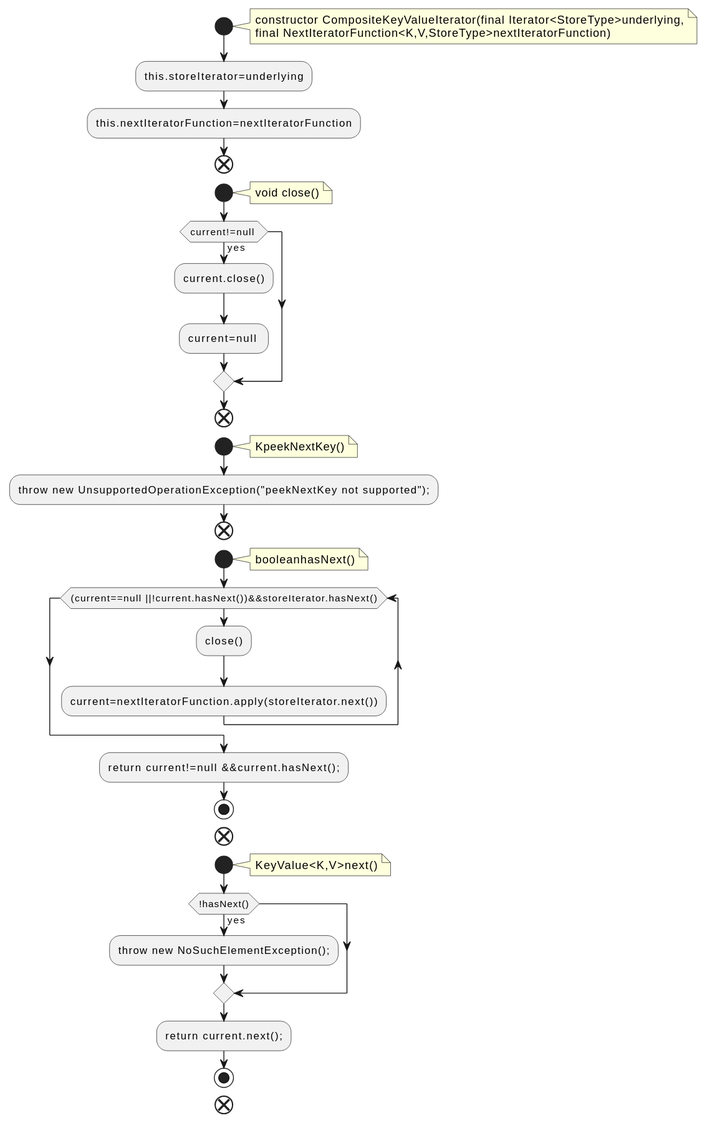
Earlier version of the PlantUML export docs/qc/streams/src/main/java/org/apache/kafka/streams/state/internals/CompositeKeyValueIterator.java.fct.svg (qualitesys/kafka).
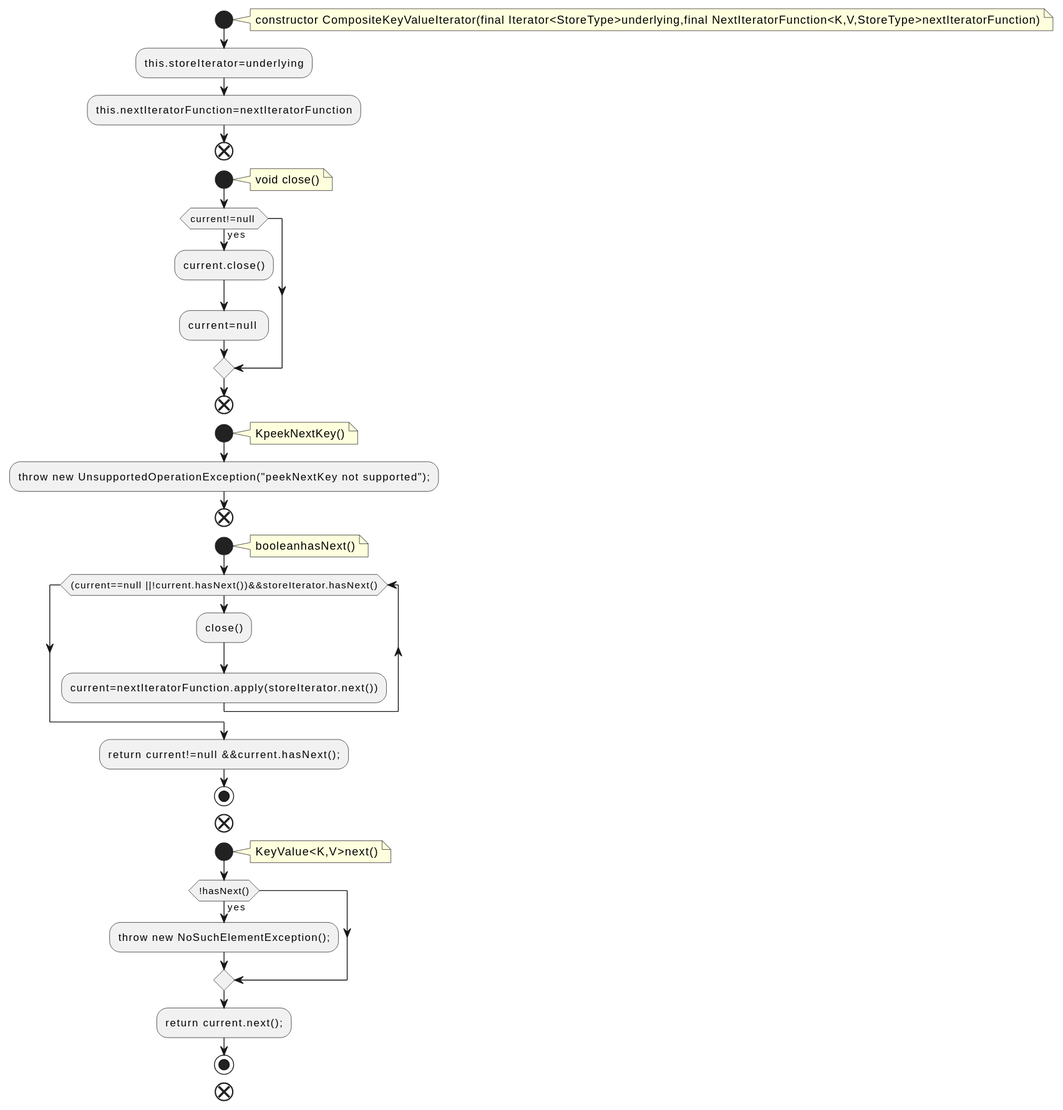
After the commit.

Diff of the diagram source:
```diff
@@ -2,8 +2,7 @@
 !pragma layout smetana
 start
 note right
-constructor CompositeKeyValueIterator(final Iterator<StoreType>underlying,
-final NextIteratorFunction<K,V,StoreType>nextIteratorFunction)
+constructor CompositeKeyValueIterator(final Iterator<StoreType>underlying,final NextIteratorFunction<K,V,StoreType>nextIteratorFunction)
 end note
 :this.storeIterator=underlying;
 :this.nextIteratorFunction=nextIteratorFunction;
```
